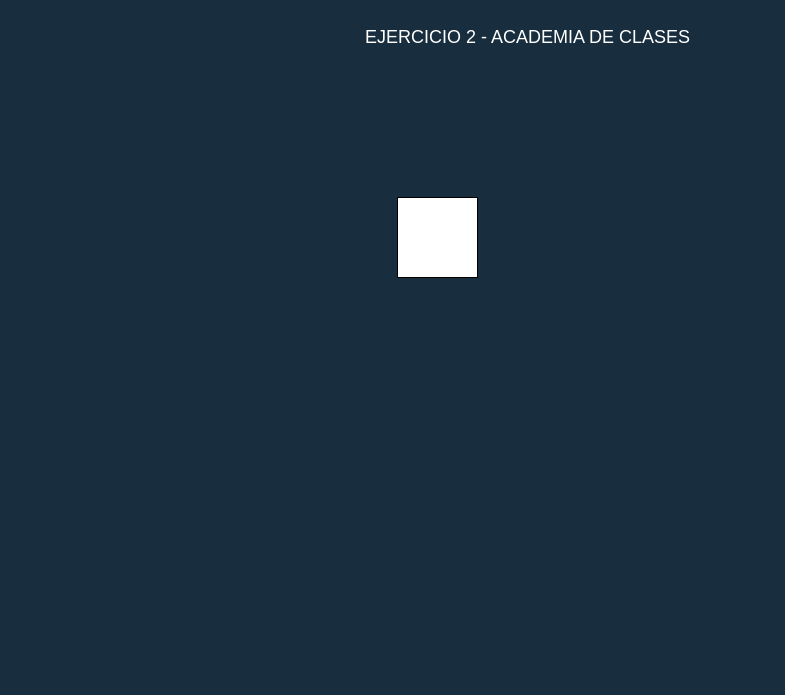
JuanMarinG/TA12_MYSQL keeps this draw.io diagram as Untitled Diagram.drawio. Above is the earlier version. Source tidied: cells renumbered, new cells numbered last; positions are measured from the earlier drawing's top-left corner, leaving out a move shared by most shapes. Both pictures are drawn from the tidied source at 100%, with x=0, y=0 at pixel (352, 17).
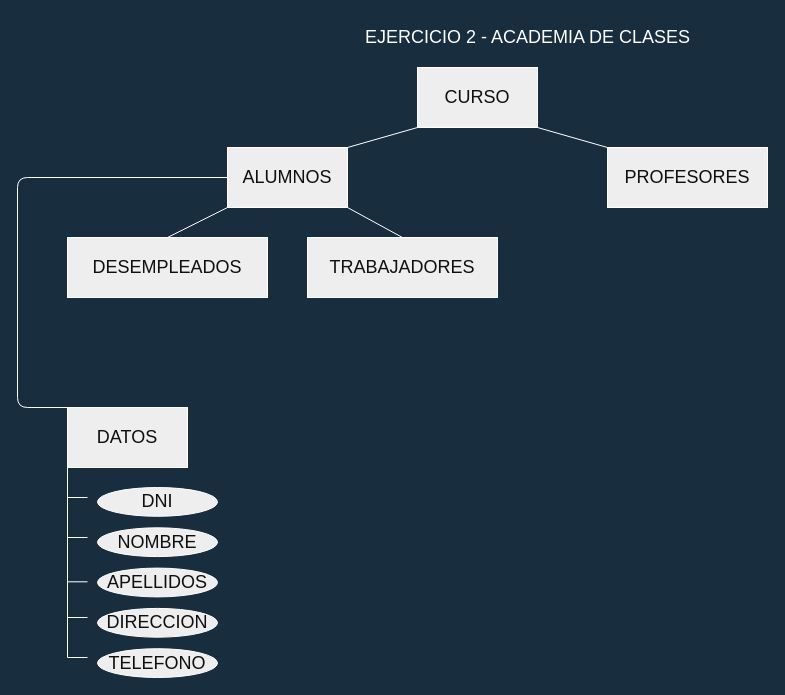
After the change.

Commit message:
Primera estructura de tablas y atributos

Change to the diagram source:
```diff
@@
-    <mxCell id="3" style="whiteSpace=wrap;html=1;" parent="1" vertex="1">
-      <mxGeometry x="45" y="180" width="80" height="80" as="geometry" />
-    </mxCell>
+    <mxCell id="4" value="&lt;font color=&quot;#0F0F0F&quot;&gt;ALUMNOS&lt;/font&gt;" style="rounded=0;whiteSpace=wrap;html=1;shadow=0;sketch=0;fontSize=18;fontColor=#FFFFFF;strokeColor=#FFFFFF;fillColor=#EEEEEE;" parent="1" vertex="1">
+      <mxGeometry x="-125" y="130" width="120" height="60" as="geometry" />
+    </mxCell>
+    <mxCell id="5" value="DESEMPLEADOS" style="rounded=0;whiteSpace=wrap;html=1;shadow=0;sketch=0;fontSize=18;fontColor=#0F0F0F;strokeColor=#FFFFFF;fillColor=#EEEEEE;" parent="1" vertex="1">
+      <mxGeometry x="-285" y="220" width="200" height="60" as="geometry" />
+    </mxCell>
+    <mxCell id="6" value="TRABAJADORES" style="rounded=0;whiteSpace=wrap;html=1;shadow=0;sketch=0;fontSize=18;fontColor=#0F0F0F;strokeColor=#FFFFFF;fillColor=#EEEEEE;" parent="1" vertex="1">
+      <mxGeometry x="-45" y="220" width="190" height="60" as="geometry" />
+    </mxCell>
+    <mxCell id="7" style="endArrow=none;html=1;rounded=1;sketch=0;fontSize=18;fontColor=#0F0F0F;strokeColor=#FFFFFF;curved=0;exitX=0.5;exitY=0;exitDx=0;exitDy=0;entryX=0;entryY=1;entryDx=0;entryDy=0;" parent="1" edge="1" source="5" target="4">
+      <mxGeometry relative="1" as="geometry" />
+    </mxCell>
+    <mxCell id="8" style="endArrow=none;html=1;rounded=1;sketch=0;fontSize=18;fontColor=#0F0F0F;strokeColor=#FFFFFF;curved=0;entryX=1;entryY=1;entryDx=0;entryDy=0;exitX=0.5;exitY=0;exitDx=0;exitDy=0;" parent="1" edge="1" source="6" target="4">
+      <mxGeometry relative="1" as="geometry" />
+    </mxCell>
+    <mxCell id="9" value="&lt;div&gt;CURSO&lt;/div&gt;" style="rounded=0;whiteSpace=wrap;html=1;shadow=0;sketch=0;fontSize=18;fontColor=#0F0F0F;strokeColor=#FFFFFF;fillColor=#EEEEEE;" parent="1" vertex="1">
+      <mxGeometry x="65" y="50" width="120" height="60" as="geometry" />
+    </mxCell>
+    <mxCell id="10" style="endArrow=none;html=1;rounded=1;sketch=0;fontSize=18;fontColor=#0F0F0F;strokeColor=#FFFFFF;curved=0;entryX=0;entryY=1;entryDx=0;entryDy=0;exitX=1;exitY=0;exitDx=0;exitDy=0;" parent="1" edge="1" source="4" target="9">
+      <mxGeometry relative="1" as="geometry" />
+    </mxCell>
+    <mxCell id="11" value="PROFESORES" style="rounded=0;whiteSpace=wrap;html=1;shadow=0;sketch=0;fontSize=18;fontColor=#0F0F0F;strokeColor=#FFFFFF;fillColor=#EEEEEE;" parent="1" vertex="1">
+      <mxGeometry x="255" y="130" width="160" height="60" as="geometry" />
+    </mxCell>
+    <mxCell id="12" style="endArrow=none;html=1;rounded=1;sketch=0;fontSize=18;fontColor=#0F0F0F;strokeColor=#FFFFFF;curved=0;exitX=1;exitY=1;exitDx=0;exitDy=0;entryX=0;entryY=0;entryDx=0;entryDy=0;" parent="1" edge="1" source="9" target="11">
+      <mxGeometry relative="1" as="geometry" />
+    </mxCell>
+    <mxCell id="13" value="DATOS" style="rounded=0;whiteSpace=wrap;html=1;shadow=0;sketch=0;fontSize=18;fontColor=#0F0F0F;strokeColor=#FFFFFF;fillColor=#EEEEEE;" parent="1" vertex="1">
+      <mxGeometry x="-285" y="390" width="120" height="60" as="geometry" />
+    </mxCell>
+    <mxCell id="14" style="group;" parent="1" vertex="1">
+      <mxGeometry x="-255" y="470" width="120" height="190" as="geometry" />
+    </mxCell>
+    <mxCell id="15" value="DNI" style="ellipse;whiteSpace=wrap;html=1;rounded=0;shadow=0;sketch=0;fontSize=18;fontColor=#0F0F0F;strokeColor=#FFFFFF;fillColor=#EEEEEE;" parent="14" vertex="1">
+      <mxGeometry width="120" height="28.8" as="geometry" />
+    </mxCell>
+    <mxCell id="16" value="NOMBRE" style="ellipse;whiteSpace=wrap;html=1;rounded=0;shadow=0;sketch=0;fontSize=18;fontColor=#0F0F0F;strokeColor=#FFFFFF;fillColor=#EEEEEE;" parent="14" vertex="1">
+      <mxGeometry y="40.3" width="120" height="28.8" as="geometry" />
+    </mxCell>
+    <mxCell id="17" value="APELLIDOS" style="ellipse;whiteSpace=wrap;html=1;rounded=0;shadow=0;sketch=0;fontSize=18;fontColor=#0F0F0F;strokeColor=#FFFFFF;fillColor=#EEEEEE;" parent="14" vertex="1">
+      <mxGeometry y="80.6" width="120" height="28.8" as="geometry" />
+    </mxCell>
+    <mxCell id="18" value="DIRECCION" style="ellipse;whiteSpace=wrap;html=1;rounded=0;shadow=0;sketch=0;fontSize=18;fontColor=#0F0F0F;strokeColor=#FFFFFF;fillColor=#EEEEEE;" parent="14" vertex="1">
+      <mxGeometry y="120.9" width="120" height="28.8" as="geometry" />
+    </mxCell>
+    <mxCell id="19" value="TELEFONO" style="ellipse;whiteSpace=wrap;html=1;rounded=0;shadow=0;sketch=0;fontSize=18;fontColor=#0F0F0F;strokeColor=#FFFFFF;fillColor=#EEEEEE;" parent="14" vertex="1">
+      <mxGeometry y="161.2" width="120" height="28.8" as="geometry" />
+    </mxCell>
+    <mxCell id="20" style="endArrow=none;html=1;rounded=1;sketch=0;fontSize=18;fontColor=#0F0F0F;strokeColor=#FFFFFF;curved=0;entryX=0;entryY=1;entryDx=0;entryDy=0;" parent="1" edge="1" target="13">
+      <mxGeometry relative="1" as="geometry">
+        <mxPoint x="-285" y="640" as="sourcePoint" />
+      </mxGeometry>
+    </mxCell>
+    <mxCell id="21" style="endArrow=none;html=1;rounded=1;sketch=0;fontSize=18;fontColor=#0F0F0F;strokeColor=#FFFFFF;curved=0;" parent="1" edge="1">
+      <mxGeometry relative="1" as="geometry">
+        <mxPoint x="-285" y="640" as="sourcePoint" />
+        <mxPoint x="-265" y="640" as="targetPoint" />
+      </mxGeometry>
+    </mxCell>
+    <mxCell id="22" style="endArrow=none;html=1;rounded=1;sketch=0;fontSize=18;fontColor=#0F0F0F;strokeColor=#FFFFFF;curved=0;" parent="1" edge="1">
+      <mxGeometry relative="1" as="geometry">
+        <mxPoint x="-285" y="600" as="sourcePoint" />
+        <mxPoint x="-265" y="600" as="targetPoint" />
+      </mxGeometry>
+    </mxCell>
+    <mxCell id="23" style="endArrow=none;html=1;rounded=1;sketch=0;fontSize=18;fontColor=#0F0F0F;strokeColor=#FFFFFF;curved=0;" parent="1" edge="1">
+      <mxGeometry relative="1" as="geometry">
+        <mxPoint x="-285" y="564.3" as="sourcePoint" />
+        <mxPoint x="-265" y="564.3" as="targetPoint" />
+      </mxGeometry>
+    </mxCell>
+    <mxCell id="24" style="endArrow=none;html=1;rounded=1;sketch=0;fontSize=18;fontColor=#0F0F0F;strokeColor=#FFFFFF;curved=0;" parent="1" edge="1">
+      <mxGeometry relative="1" as="geometry">
+        <mxPoint x="-285" y="520" as="sourcePoint" />
+        <mxPoint x="-265" y="520" as="targetPoint" />
+      </mxGeometry>
+    </mxCell>
+    <mxCell id="25" style="endArrow=none;html=1;rounded=1;sketch=0;fontSize=18;fontColor=#0F0F0F;strokeColor=#FFFFFF;curved=0;" parent="1" edge="1">
+      <mxGeometry relative="1" as="geometry">
+        <mxPoint x="-285" y="480" as="sourcePoint" />
+        <mxPoint x="-265" y="480" as="targetPoint" />
+      </mxGeometry>
+    </mxCell>
+    <mxCell id="26" style="endArrow=none;html=1;rounded=1;sketch=0;fontSize=18;fontColor=#0F0F0F;strokeColor=#FFFFFF;curved=0;entryX=0;entryY=0.5;entryDx=0;entryDy=0;exitX=0;exitY=0;exitDx=0;exitDy=0;" parent="1" edge="1" source="13" target="4">
+      <mxGeometry relative="1" as="geometry">
+        <Array as="points">
+          <mxPoint x="-335" y="390" />
+          <mxPoint x="-335" y="160" />
+        </Array>
+      </mxGeometry>
+    </mxCell>
```
